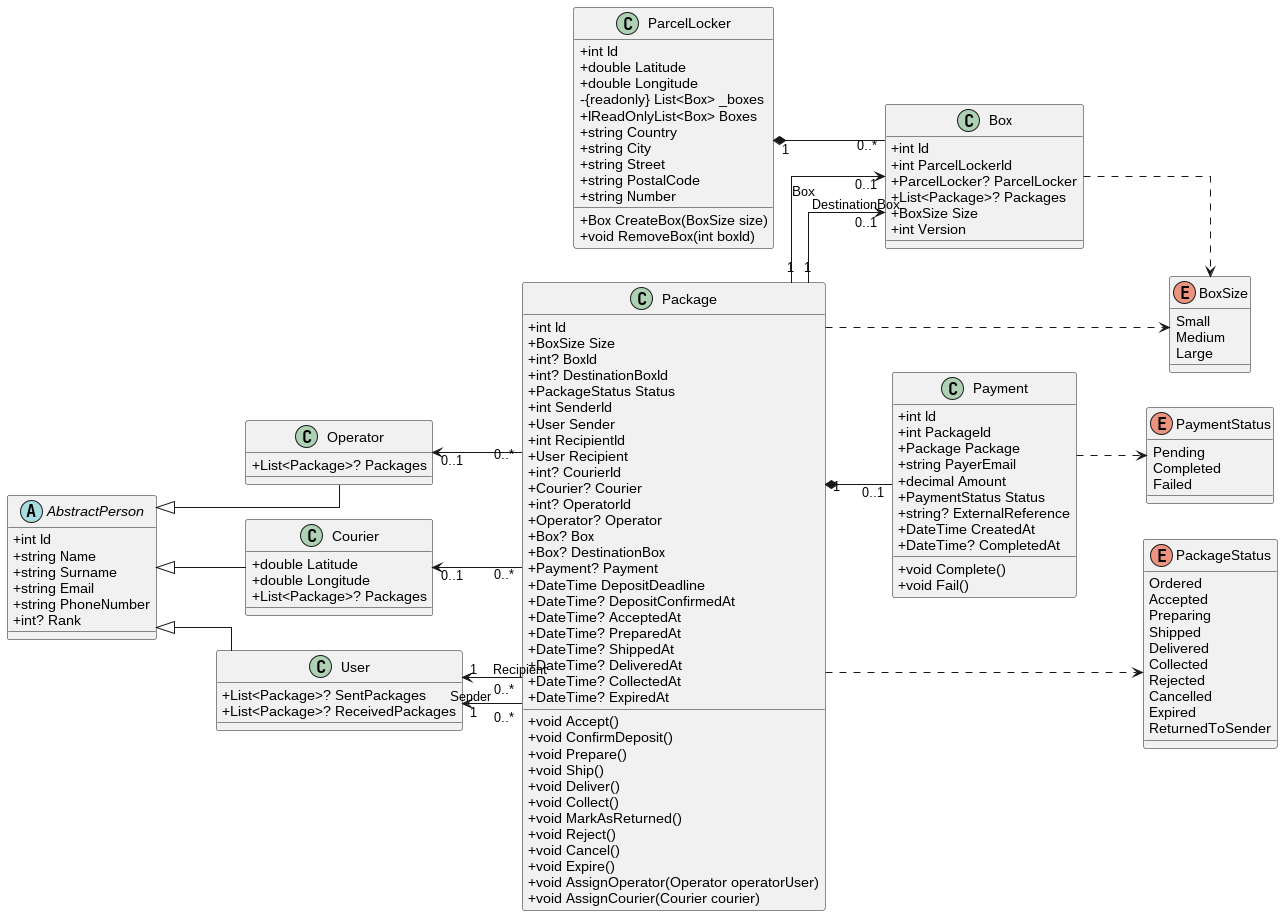
This is docs/class-diagram.png from Krzysiek-Mistrz/package_managment_system, a PlantUML export, as it was before one commit. The source it was exported from:
```plantuml
@startuml

left to right direction
skinparam linetype ortho
skinparam classAttributeIconSize 0


together {
    abstract class AbstractPerson {
        +int Id
        +string Name
        +string Surname
        +string Email
        +string PhoneNumber
        +int? Rank
    }

    class User {
        +List<Package>? SentPackages
        +List<Package>? ReceivedPackages
    }

    class Courier {
        +double Latitude
        +double Longitude
        +List<Package>? Packages
    }

    class Operator {
        +List<Package>? Packages
    }
}

class Package {
    +int Id
    +BoxSize Size
    +int? BoxId
    +int? DestinationBoxId
    +PackageStatus Status
    +int SenderId
    +User Sender
    +int RecipientId
    +User Recipient
    +int? CourierId
    +Courier? Courier
    +int? OperatorId
    +Operator? Operator
    +Box? Box
    +Box? DestinationBox
    +Payment? Payment
    +DateTime DepositDeadline
    +DateTime? DepositConfirmedAt
    +DateTime? AcceptedAt
    +DateTime? PreparedAt
    +DateTime? ShippedAt
    +DateTime? DeliveredAt
    +DateTime? CollectedAt
    +DateTime? ExpiredAt

    +void Accept()
    +void ConfirmDeposit()
    +void Prepare()
    +void Ship()
    +void Deliver()
    +void Collect()
    +void MarkAsReturned()
    +void Reject()
    +void Cancel()
    +void Expire()
    +void AssignOperator(Operator operatorUser)
    +void AssignCourier(Courier courier)
}

class Payment {
    +int Id
    +int PackageId
    +Package Package
    +string PayerEmail
    +decimal Amount
    +PaymentStatus Status
    +string? ExternalReference
    +DateTime CreatedAt
    +DateTime? CompletedAt

    +void Complete()
    +void Fail()
}

together {
    class Box {
        +int Id
        +int ParcelLockerId
        +ParcelLocker? ParcelLocker
        +List<Package>? Packages
        +BoxSize Size
        +int Version
    }

    class ParcelLocker {
        +int Id
        +double Latitude
        +double Longitude
        -{readonly} List<Box> _boxes
        +IReadOnlyList<Box> Boxes
        +string Country
        +string City
        +string Street
        +string PostalCode
        +string Number

        +Box CreateBox(BoxSize size)
        +void RemoveBox(int boxId)
    }
}

together {
    enum PackageStatus {
        Ordered
        Accepted
        Preparing
        Shipped
        Delivered
        Collected
        Rejected
        Cancelled
        Expired
        ReturnedToSender
    }

    enum BoxSize {
        Small
        Medium
        Large
    }

    enum PaymentStatus {
        Pending
        Completed
        Failed
    }
}


AbstractPerson <|-- User
AbstractPerson <|-- Courier
AbstractPerson <|-- Operator

User "1" <-- "0..*" Package : Sender
User "1" <-- "0..*" Package : Recipient
Courier "0..1" <-- "0..*" Package
Operator "0..1" <-- "0..*" Package

Package "1" --> "0..1" Box : Box
Package "1" --> "0..1" Box : DestinationBox

ParcelLocker "1" *-- "0..*" Box

Package "1" *-- "0..1" Payment

Package ..> PackageStatus
Package ..> BoxSize
Box ..> BoxSize
Payment ..> PaymentStatus

@enduml
```
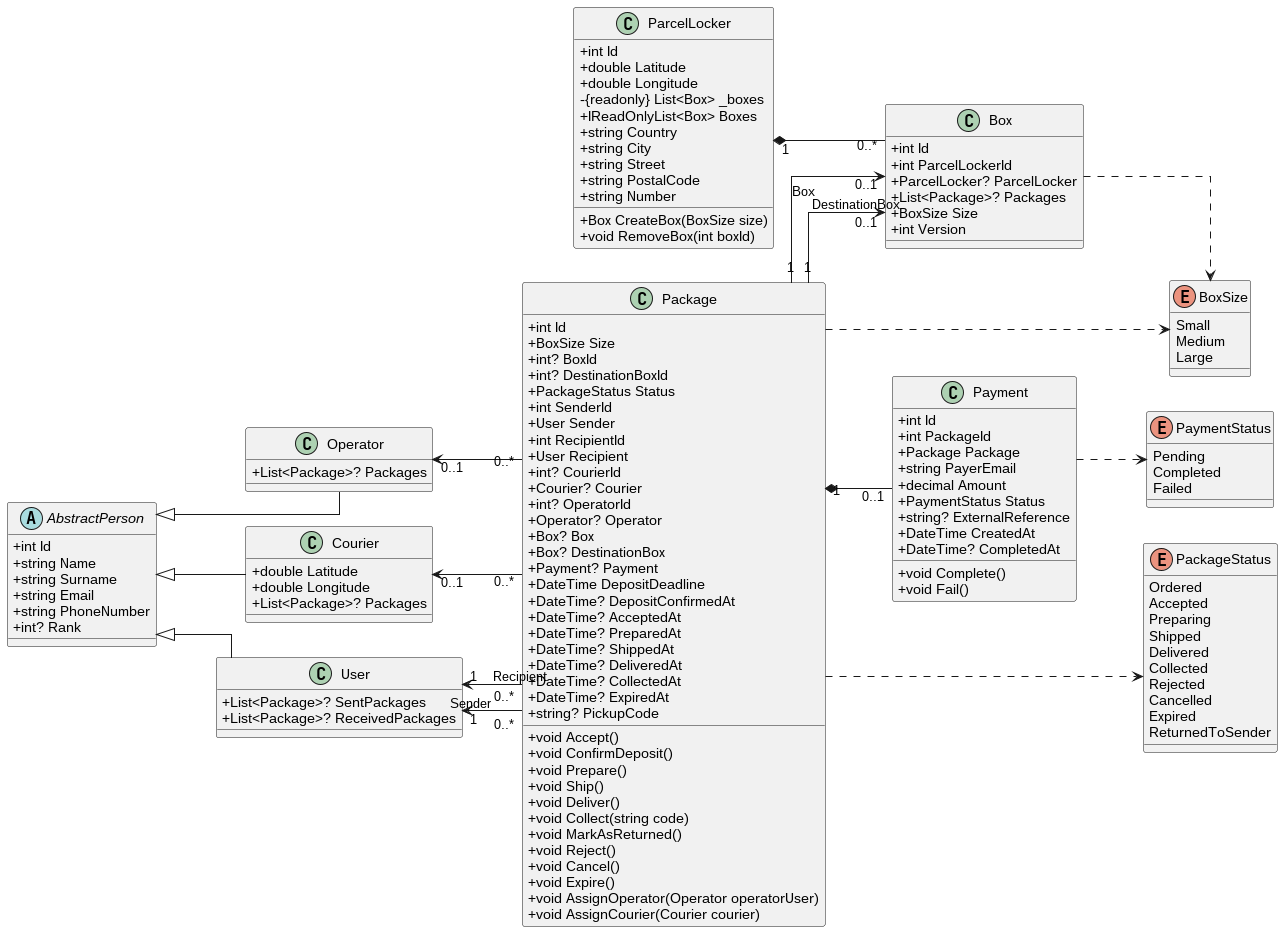
Later version of the same file.

The edit, as a diff of the source:
```diff
@@ -56,13 +56,14 @@
     +DateTime? DeliveredAt
     +DateTime? CollectedAt
     +DateTime? ExpiredAt
+    +string? PickupCode
 
     +void Accept()
     +void ConfirmDeposit()
     +void Prepare()
     +void Ship()
     +void Deliver()
-    +void Collect()
+    +void Collect(string code)
     +void MarkAsReturned()
     +void Reject()
     +void Cancel()
```
